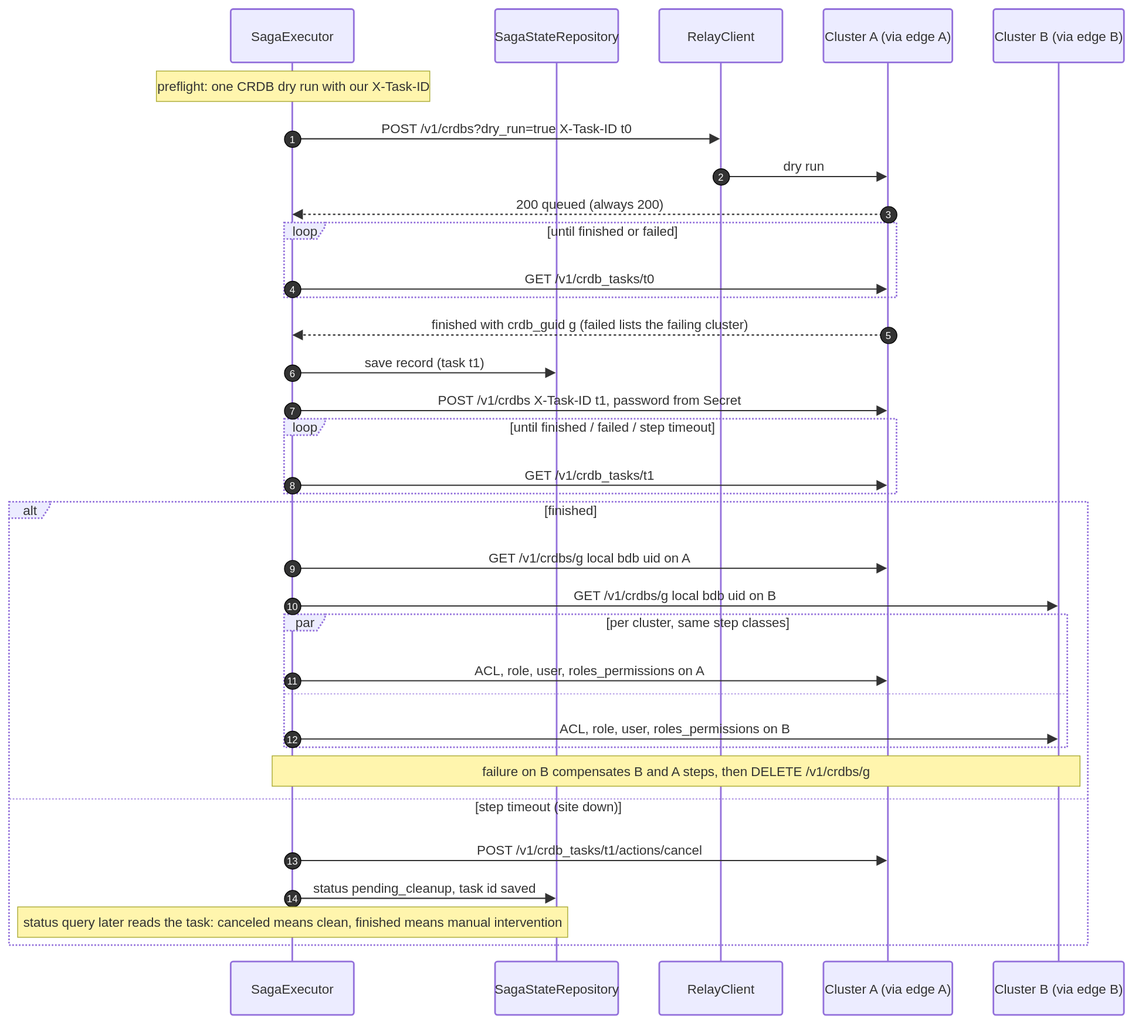
Earlier version of the draw.io export docs/dr/diagrams/07-seq-create-aa.drawio.svg (EliShteinman/redis-enterprise-services). Source tidied: cells renumbered, new cells last; positions are measured from the earlier drawing's top-left corner, leaving out a move shared by most shapes.
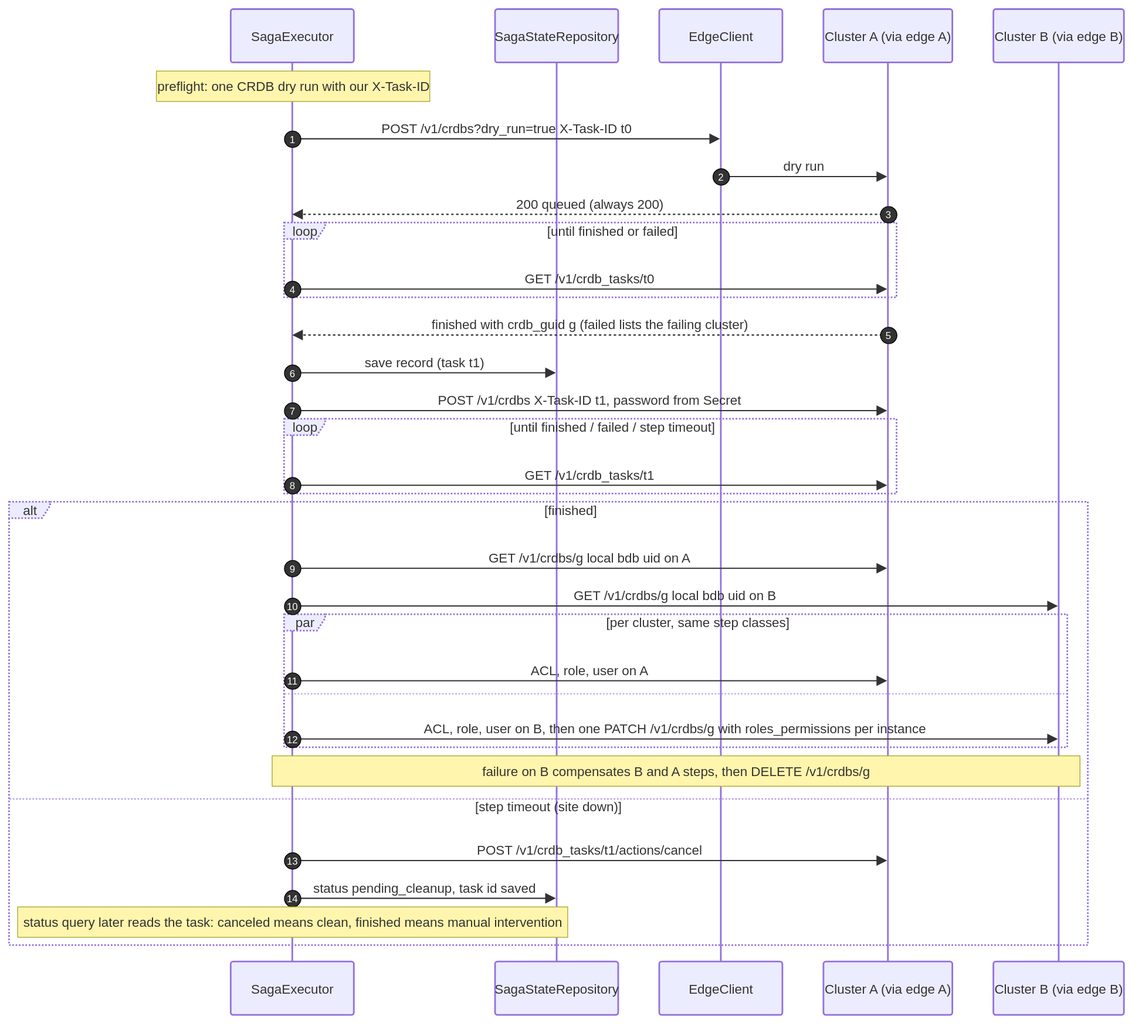
The same file after the commit.

What changed in the source:
```diff
@@ -8,7 +8,7 @@
     <mxCell id="3" value="SagaStateRepository" style="html=1;shape=umlLifeline;perimeter=lifelinePerimeter;whiteSpace=wrap;outlineConnect=0;portConstraint=eastwest;newEdgeStyle={&quot;edgeStyle&quot;:&quot;sequenceEdgeStyle&quot;,&quot;libavoidRouting&quot;:0,&quot;curved&quot;:0,&quot;rounded&quot;:0};lifelineDashed=0;strokeWidth=2;rounded=1;absoluteArcSize=1;arcSize=6;lifelineColor=light-dark(#9370DB,#cccccc);size=65;lifelineMirror=1;fillColor=light-dark(#ECECFF,#1f2020);strokeColor=light-dark(#9370DB,#cccccc);fontColor=light-dark(#333333,#cccccc);fontFamily=Trebuchet MS,Verdana,Arial,sans-serif;fontSize=16;" parent="1" vertex="1">
       <mxGeometry x="592" width="150" height="1225" as="geometry" />
     </mxCell>
-    <mxCell id="4" value="RelayClient" style="html=1;shape=umlLifeline;perimeter=lifelinePerimeter;whiteSpace=wrap;outlineConnect=0;portConstraint=eastwest;newEdgeStyle={&quot;edgeStyle&quot;:&quot;sequenceEdgeStyle&quot;,&quot;libavoidRouting&quot;:0,&quot;curved&quot;:0,&quot;rounded&quot;:0};lifelineDashed=0;strokeWidth=2;rounded=1;absoluteArcSize=1;arcSize=6;lifelineColor=light-dark(#9370DB,#cccccc);size=65;lifelineMirror=1;fillColor=light-dark(#ECECFF,#1f2020);strokeColor=light-dark(#9370DB,#cccccc);fontColor=light-dark(#333333,#cccccc);fontFamily=Trebuchet MS,Verdana,Arial,sans-serif;fontSize=16;" parent="1" vertex="1">
+    <mxCell id="4" value="EdgeClient" style="html=1;shape=umlLifeline;perimeter=lifelinePerimeter;whiteSpace=wrap;outlineConnect=0;portConstraint=eastwest;newEdgeStyle={&quot;edgeStyle&quot;:&quot;sequenceEdgeStyle&quot;,&quot;libavoidRouting&quot;:0,&quot;curved&quot;:0,&quot;rounded&quot;:0};lifelineDashed=0;strokeWidth=2;rounded=1;absoluteArcSize=1;arcSize=6;lifelineColor=light-dark(#9370DB,#cccccc);size=65;lifelineMirror=1;fillColor=light-dark(#ECECFF,#1f2020);strokeColor=light-dark(#9370DB,#cccccc);fontColor=light-dark(#333333,#cccccc);fontFamily=Trebuchet MS,Verdana,Arial,sans-serif;fontSize=16;" parent="1" vertex="1">
       <mxGeometry x="792" width="150" height="1225" as="geometry" />
     </mxCell>
     <mxCell id="5" value="Cluster A (via edge A)" style="html=1;shape=umlLifeline;perimeter=lifelinePerimeter;whiteSpace=wrap;outlineConnect=0;portConstraint=eastwest;newEdgeStyle={&quot;edgeStyle&quot;:&quot;sequenceEdgeStyle&quot;,&quot;libavoidRouting&quot;:0,&quot;curved&quot;:0,&quot;rounded&quot;:0};lifelineDashed=0;strokeWidth=2;rounded=1;absoluteArcSize=1;arcSize=6;lifelineColor=light-dark(#9370DB,#cccccc);size=65;lifelineMirror=1;fillColor=light-dark(#ECECFF,#1f2020);strokeColor=light-dark(#9370DB,#cccccc);fontColor=light-dark(#333333,#cccccc);fontFamily=Trebuchet MS,Verdana,Arial,sans-serif;fontSize=16;" parent="1" vertex="1">
@@ -150,7 +150,7 @@
     <mxCell id="37" value="10" style="ellipse;fillColor=light-dark(#333333,#cccccc);align=center;verticalAlign=middle;fontColor=light-dark(#FFFFFF,#333333);fontSize=12;" parent="1" vertex="1">
       <mxGeometry x="335" y="717" width="20" height="20" as="geometry" />
     </mxCell>
-    <mxCell id="38" value="ACL, role, user, roles_permissions on A" style="endArrow=block;endSize=9;verticalAlign=bottom;spacingBottom=2;edgeStyle=sequenceEdgeStyle;libavoidRouting=0;curved=0;rounded=0;fontSize=16;labelBackgroundColor=none;strokeWidth=1.5;strokeColor=light-dark(#333333,#cccccc);fontColor=light-dark(#333333,#cccccc);fontFamily=Trebuchet MS,Verdana,Arial,sans-serif;" parent="1" edge="1" source="2" target="5">
+    <mxCell id="38" value="ACL, role, user on A" style="endArrow=block;endSize=9;verticalAlign=bottom;spacingBottom=2;edgeStyle=sequenceEdgeStyle;libavoidRouting=0;curved=0;rounded=0;fontSize=16;labelBackgroundColor=none;strokeWidth=1.5;strokeColor=light-dark(#333333,#cccccc);fontColor=light-dark(#333333,#cccccc);fontFamily=Trebuchet MS,Verdana,Arial,sans-serif;" parent="1" edge="1" source="2" target="5">
       <mxGeometry relative="1" as="geometry">
         <Array as="points">
           <mxPoint x="708" y="818" />
@@ -160,7 +160,7 @@
     <mxCell id="39" value="11" style="ellipse;fillColor=light-dark(#333333,#cccccc);align=center;verticalAlign=middle;fontColor=light-dark(#FFFFFF,#333333);fontSize=12;" parent="1" vertex="1">
       <mxGeometry x="335" y="808" width="20" height="20" as="geometry" />
     </mxCell>
-    <mxCell id="40" value="ACL, role, user, roles_permissions on B" style="endArrow=block;endSize=9;verticalAlign=bottom;spacingBottom=2;edgeStyle=sequenceEdgeStyle;libavoidRouting=0;curved=0;rounded=0;fontSize=16;labelBackgroundColor=none;strokeWidth=1.5;strokeColor=light-dark(#333333,#cccccc);fontColor=light-dark(#333333,#cccccc);fontFamily=Trebuchet MS,Verdana,Arial,sans-serif;" parent="1" edge="1" source="2" target="6">
+    <mxCell id="40" value="ACL, role, user on B, then one PATCH /v1/crdbs/g with roles_permissions per instance" style="endArrow=block;endSize=9;verticalAlign=bottom;spacingBottom=2;edgeStyle=sequenceEdgeStyle;libavoidRouting=0;curved=0;rounded=0;fontSize=16;labelBackgroundColor=none;strokeWidth=1.5;strokeColor=light-dark(#333333,#cccccc);fontColor=light-dark(#333333,#cccccc);fontFamily=Trebuchet MS,Verdana,Arial,sans-serif;" parent="1" edge="1" source="2" target="6">
       <mxGeometry relative="1" as="geometry">
         <Array as="points">
           <mxPoint x="812" y="889" />
```
